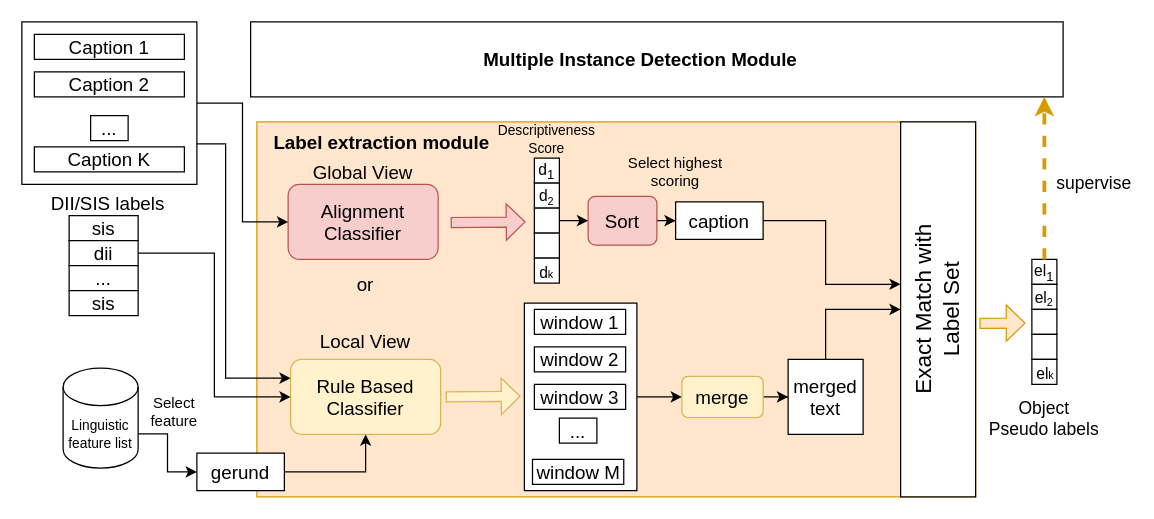
The draw.io diagram wsod_model_diagram.drawio in arushirai1/personal-site, before the edit. Source tidied: cells renumbered, new cells numbered last; positions are measured from the earlier drawing's top-left corner, leaving out a move shared by most shapes. Both pictures are drawn from the tidied source at 125%, with x=0, y=0 at pixel (21, 21).
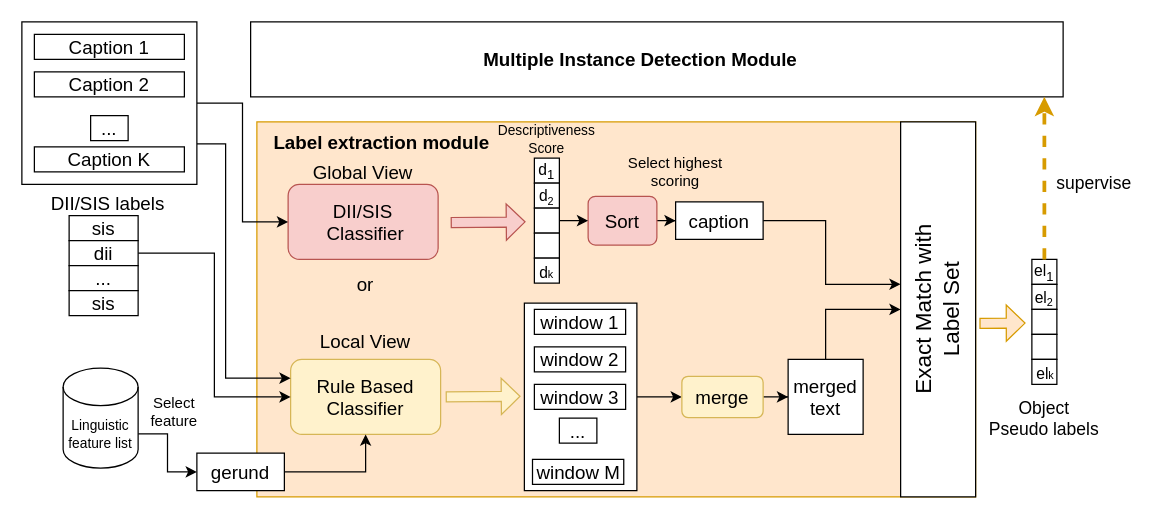
The same diagram, later.

Diff of the diagram source:
```diff
@@
-    <mxCell id="5" value="Alignment Classifier" style="rounded=1;whiteSpace=wrap;html=1;fontSize=15;fillColor=#f8cecc;strokeColor=#b85450;" parent="1" vertex="1">
+    <mxCell id="5" value="DII/SIS&lt;br&gt;&amp;nbsp;Classifier" style="rounded=1;whiteSpace=wrap;html=1;fontSize=15;fillColor=#f8cecc;strokeColor=#b85450;" parent="1" vertex="1">
       <mxGeometry x="213" y="130" width="120" height="60" as="geometry" />
     </mxCell>
```
